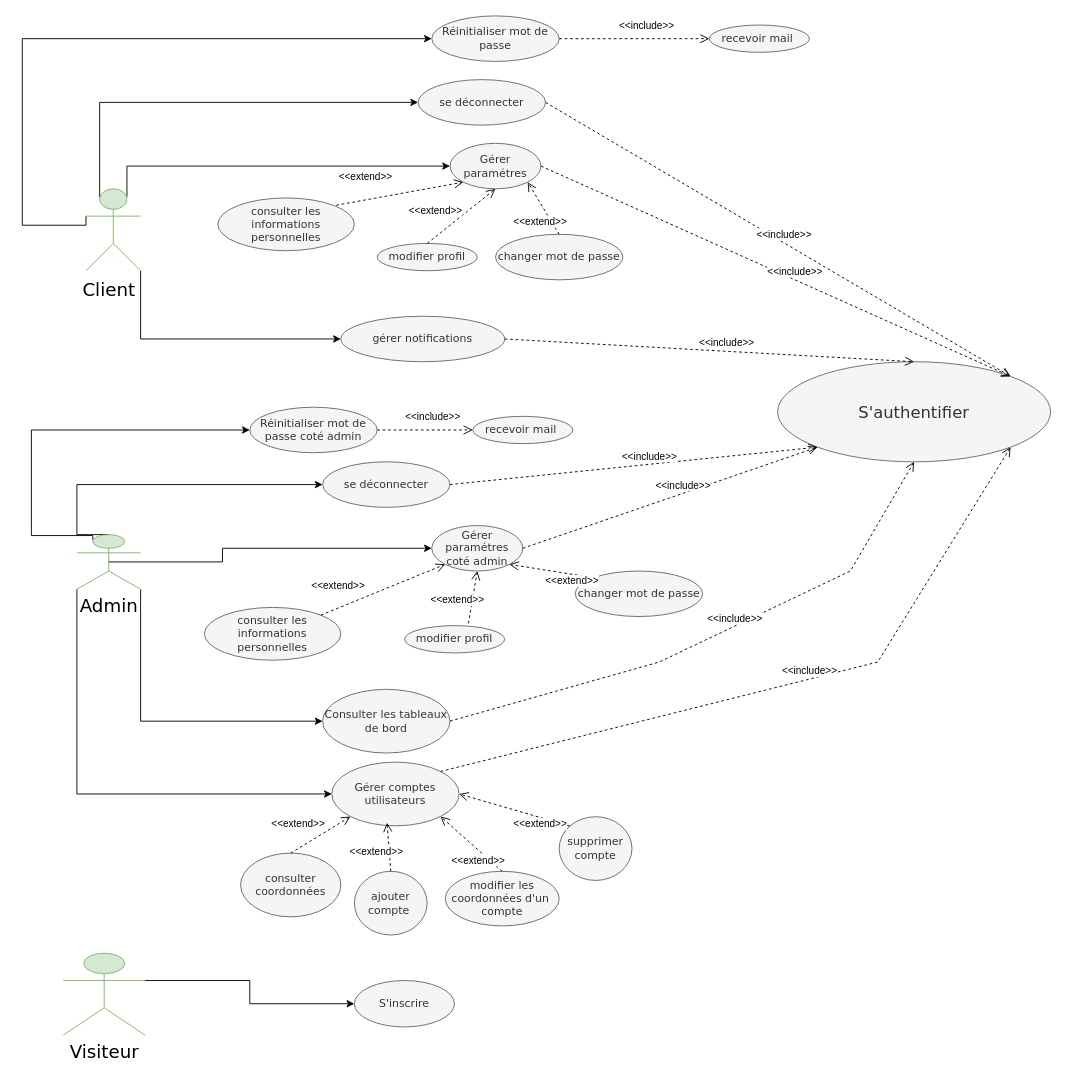
oussema1-hub/Rapport-Conception keeps this draw.io diagram as Diagramme use case Authentification et gestion compte.drawio. Above is the earlier version. Source tidied: cells renumbered, new cells numbered last; positions are measured from the earlier drawing's top-left corner, leaving out a move shared by most shapes. Both pictures are drawn from the tidied source at 91%, with x=0, y=0 at pixel (22, 15).
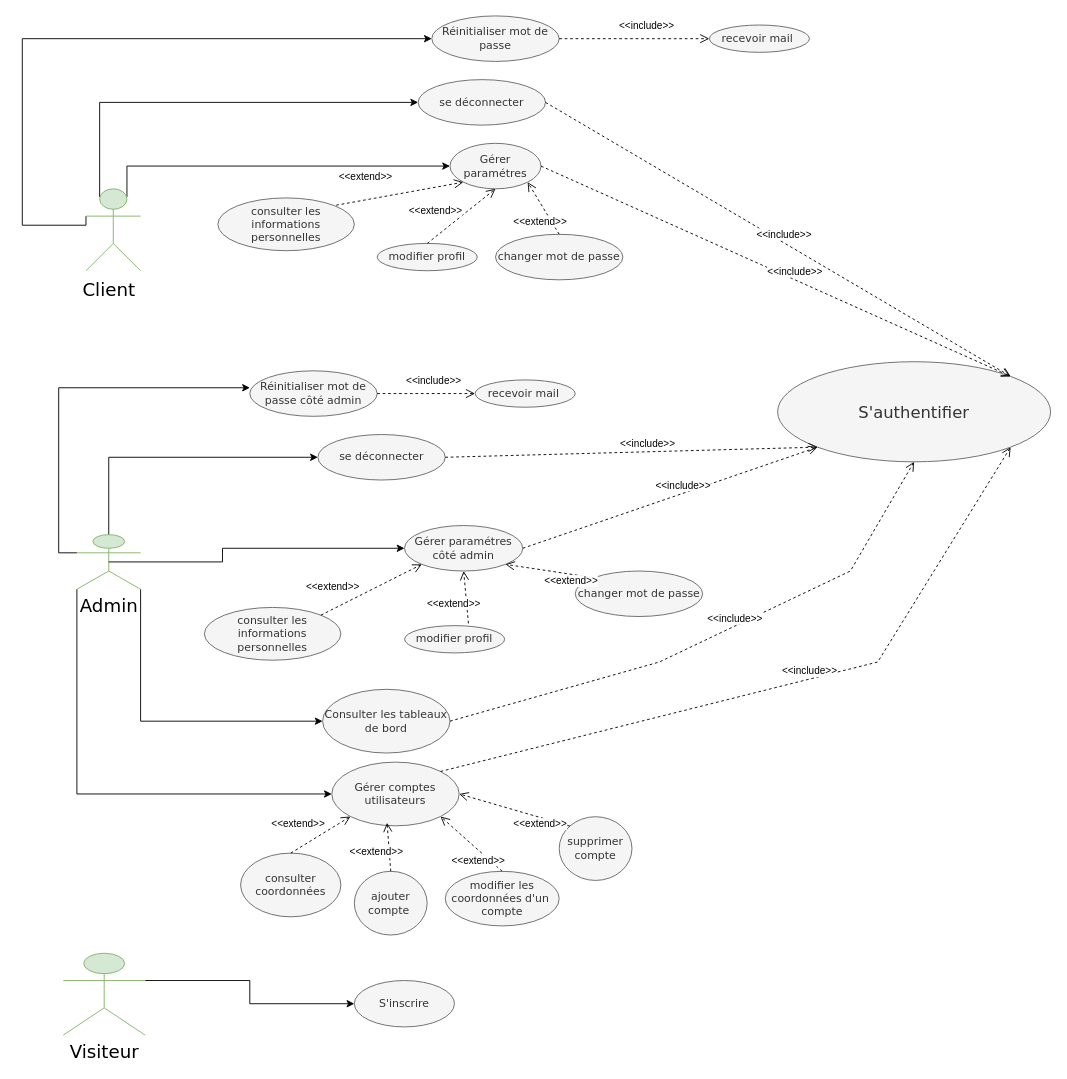
The same diagram, later.

Unchanged cells that the change refers to:
```xml
<mxCell id="13" value="&lt;font style=&quot;font-size: 20px;&quot;&gt;Admin&lt;/font&gt;&lt;div&gt;&lt;br&gt;&lt;/div&gt;" style="shape=umlActor;verticalLabelPosition=bottom;verticalAlign=top;html=1;fillColor=#d5e8d4;strokeColor=#82b366;fontFamily=Verdana;" parent="1" vertex="1">
  <mxGeometry x="60" y="570" width="70" height="60" as="geometry" />
</mxCell>
<mxCell id="20" value="&lt;font style=&quot;font-size: 18px;&quot;&gt;S'authentifier&lt;/font&gt;" style="ellipse;whiteSpace=wrap;html=1;fontFamily=Verdana;fillColor=#f5f5f5;fontColor=#333333;strokeColor=#666666;" parent="1" vertex="1">
  <mxGeometry x="830" y="380" width="300" height="110" as="geometry" />
</mxCell>
<mxCell id="27" style="shape=umlActor;verticalLabelPosition=bottom;verticalAlign=top;html=1;fillColor=#d5e8d4;strokeColor=#82b366;" parent="1" vertex="1">
  <mxGeometry x="70" y="190" width="60" height="90" as="geometry" />
</mxCell>
<mxCell id="57" value="&lt;font face=&quot;Verdana&quot;&gt;Consulter les tableaux de bord&lt;/font&gt;" style="ellipse;whiteSpace=wrap;html=1;fillColor=#f5f5f5;fontColor=#333333;strokeColor=#666666;" parent="1" vertex="1">
  <mxGeometry x="330" y="740" width="140" height="70" as="geometry" />
</mxCell>
```

What changed in the source:
```diff
@@
-    <mxCell id="9" style="edgeStyle=orthogonalEdgeStyle;rounded=0;jettySize=auto;html=1;exitX=0.25;exitY=0.1;exitDx=0;exitDy=0;exitPerimeter=0;entryX=0;entryY=0.5;entryDx=0;entryDy=0;" parent="1" edge="1" source="13" target="34">
-      <mxGeometry relative="1" as="geometry">
-        <Array as="points">
-          <mxPoint x="77" y="571" />
-          <mxPoint x="10" y="571" />
-          <mxPoint x="10" y="455" />
-        </Array>
-      </mxGeometry>
-    </mxCell>
@@
+    <mxCell id="12" style="edgeStyle=orthogonalEdgeStyle;rounded=0;jettySize=auto;html=1;exitX=1;exitY=1;exitDx=0;exitDy=0;exitPerimeter=0;entryX=0;entryY=0.5;entryDx=0;entryDy=0;" parent="1" edge="1" source="13" target="57">
+      <mxGeometry relative="1" as="geometry" />
+    </mxCell>
     <mxCell id="11" style="edgeStyle=orthogonalEdgeStyle;rounded=0;jettySize=auto;html=1;exitX=0.5;exitY=0;exitDx=0;exitDy=0;exitPerimeter=0;entryX=0;entryY=0.5;entryDx=0;entryDy=0;" parent="1" edge="1" source="13" target="37">
-      <mxGeometry relative="1" as="geometry">
-        <Array as="points">
-          <mxPoint x="60" y="570" />
-          <mxPoint x="60" y="515" />
-        </Array>
-      </mxGeometry>
+      <mxGeometry relative="1" as="geometry" />
     </mxCell>
-    <mxCell id="12" style="edgeStyle=orthogonalEdgeStyle;rounded=0;jettySize=auto;html=1;exitX=1;exitY=1;exitDx=0;exitDy=0;exitPerimeter=0;entryX=0;entryY=0.5;entryDx=0;entryDy=0;" parent="1" edge="1" source="13" target="57">
-      <mxGeometry relative="1" as="geometry" />
-    </mxCell>
@@
-    <mxCell id="25" style="edgeStyle=orthogonalEdgeStyle;rounded=0;jettySize=auto;html=1;exitX=1;exitY=1;exitDx=0;exitDy=0;exitPerimeter=0;entryX=0;entryY=0.5;entryDx=0;entryDy=0;" parent="1" edge="1" source="27" target="28">
-      <mxGeometry relative="1" as="geometry" />
-    </mxCell>
@@
-    <mxCell id="28" value="gérer notifications" style="ellipse;whiteSpace=wrap;html=1;fillColor=#f5f5f5;fontColor=#333333;strokeColor=#666666;fontFamily=Verdana;" parent="1" vertex="1">
-      <mxGeometry x="350.1" y="330" width="180" height="50" as="geometry" />
-    </mxCell>
@@
-    <mxCell id="33" value="Gérer paramétres coté admin" style="ellipse;whiteSpace=wrap;html=1;fillColor=#f5f5f5;fontColor=#333333;strokeColor=#666666;fontFamily=Verdana;" parent="1" vertex="1">
-      <mxGeometry x="450" y="560" width="100" height="50" as="geometry" />
+    <mxCell id="33" value="Gérer paramétres côté admin" style="ellipse;whiteSpace=wrap;html=1;fillColor=#f5f5f5;fontColor=#333333;strokeColor=#666666;fontFamily=Verdana;" parent="1" vertex="1">
+      <mxGeometry x="420" y="560" width="130" height="50" as="geometry" />
     </mxCell>
-    <mxCell id="34" value="Réinitialiser mot de passe coté admin" style="ellipse;whiteSpace=wrap;html=1;fillColor=#f5f5f5;fontColor=#333333;strokeColor=#666666;fontFamily=Verdana;" parent="1" vertex="1">
-      <mxGeometry x="250" y="430" width="140" height="50" as="geometry" />
+    <mxCell id="34" value="Réinitialiser mot de passe côté admin" style="ellipse;whiteSpace=wrap;html=1;fillColor=#f5f5f5;fontColor=#333333;strokeColor=#666666;fontFamily=Verdana;" parent="1" vertex="1">
+      <mxGeometry x="250" y="390" width="140" height="50" as="geometry" />
     </mxCell>
     <mxCell id="35" value="recevoir mail&amp;nbsp;" style="ellipse;whiteSpace=wrap;html=1;fillColor=#f5f5f5;fontColor=#333333;strokeColor=#666666;fontFamily=Verdana;" parent="1" vertex="1">
-      <mxGeometry x="495" y="440" width="110" height="30" as="geometry" />
+      <mxGeometry x="497.6" y="400" width="110" height="30" as="geometry" />
     </mxCell>
@@
     <mxCell id="37" value="se déconnecter" style="ellipse;whiteSpace=wrap;html=1;fillColor=#f5f5f5;fontColor=#333333;strokeColor=#666666;fontFamily=Verdana;" parent="1" vertex="1">
-      <mxGeometry x="330" y="490" width="140" height="50" as="geometry" />
+      <mxGeometry x="324.8" y="460" width="140" height="50" as="geometry" />
     </mxCell>
@@
-    <mxCell id="52" value="&amp;lt;&amp;lt;include&amp;gt;&amp;gt;" style="html=1;verticalAlign=bottom;endArrow=open;dashed=1;endSize=8;curved=0;rounded=0;exitX=1;exitY=0.5;exitDx=0;exitDy=0;entryX=0.5;entryY=0;entryDx=0;entryDy=0;" parent="1" edge="1" source="28" target="20">
-      <mxGeometry x="0.08" relative="1" as="geometry">
-        <mxPoint x="1" as="offset" />
-      </mxGeometry>
-    </mxCell>
@@
+    <mxCell id="9" style="edgeStyle=orthogonalEdgeStyle;rounded=0;jettySize=auto;html=1;exitX=0;exitY=0.3333333333333333;exitDx=0;exitDy=0;exitPerimeter=0;entryX=0.001;entryY=0.372;entryDx=0;entryDy=0;entryPerimeter=0;" parent="1" edge="1" source="13" target="34">
+      <mxGeometry relative="1" as="geometry" />
+    </mxCell>
```
